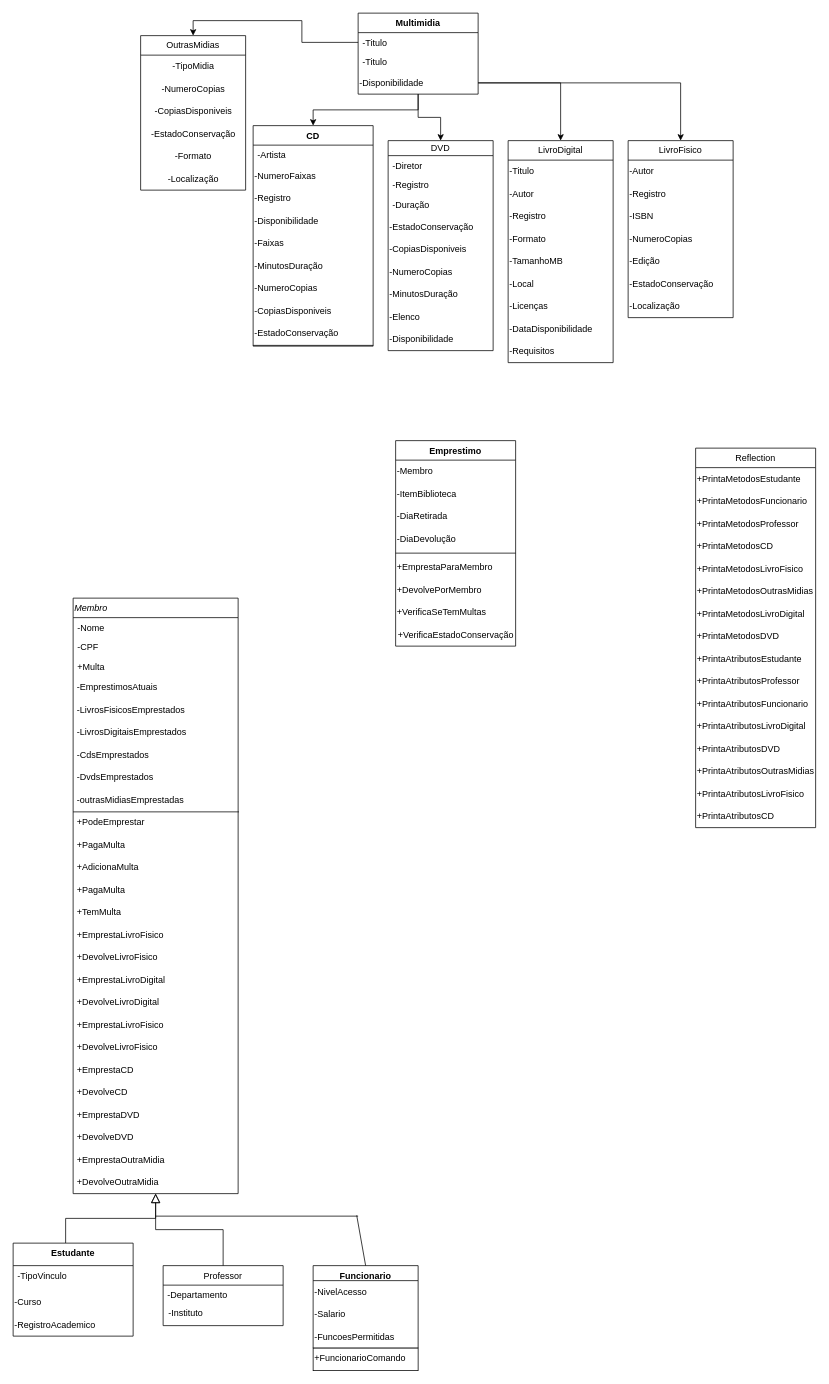
Earlier version of the draw.io diagram Diagrama sem nome.drawio (pedrodvas/MC322). Source tidied: cells renumbered, new cells numbered last; positions are measured from the earlier drawing's top-left corner, leaving out a move shared by most shapes. Both pictures are drawn from the tidied source at 75%, with x=0, y=0 at pixel (13, 13).
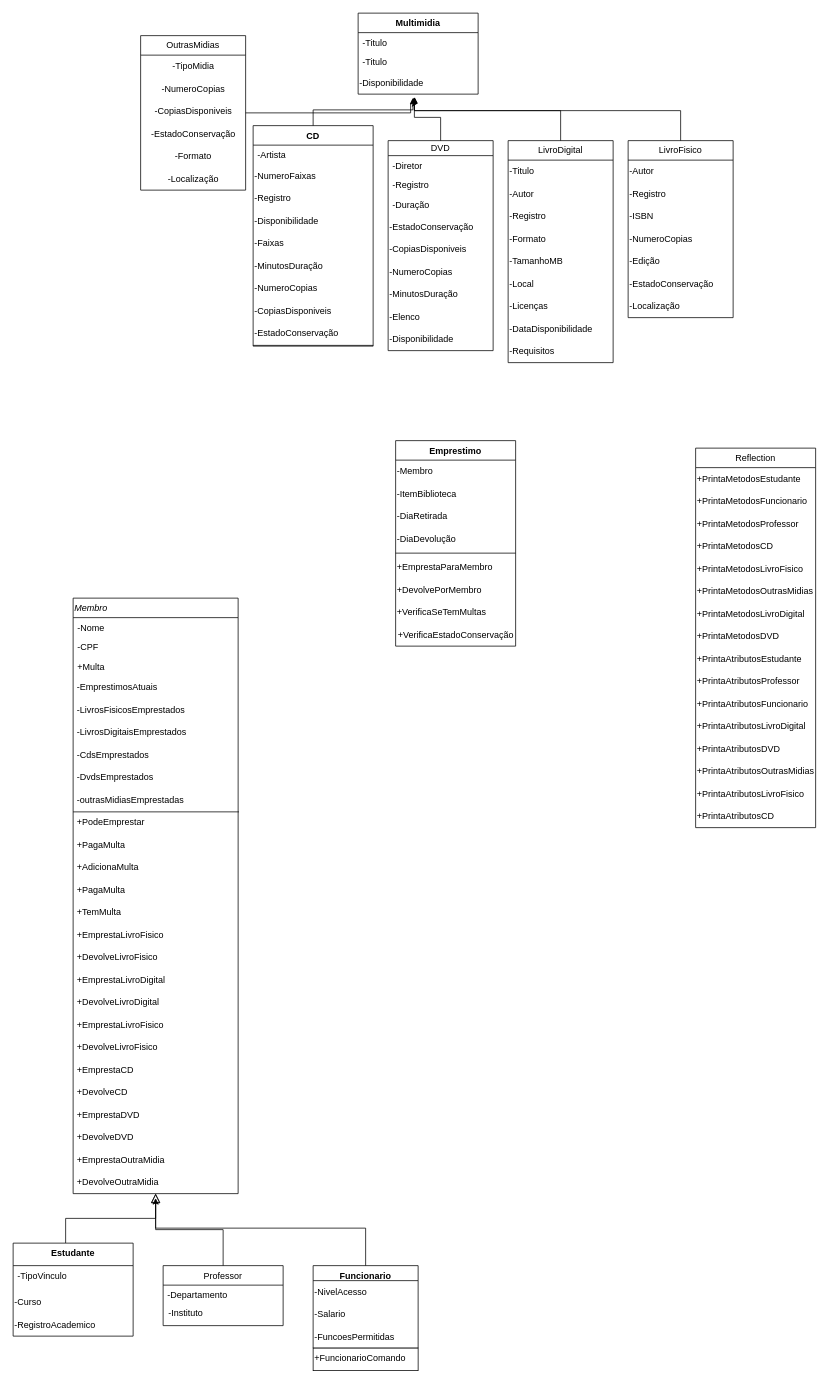
Above is the later version.

Unchanged cells that the change refers to:
```xml
<mxCell id="34" value="Multimidia" style="swimlane;fontStyle=1;align=center;verticalAlign=top;horizontal=1;startSize=26;whiteSpace=wrap;html=1;" parent="1" vertex="1">
  <mxGeometry x="460" width="160" height="108" as="geometry" />
</mxCell>
<mxCell id="35" value="-Titulo" style="text;strokeColor=none;fillColor=none;align=left;verticalAlign=top;spacingLeft=4;spacingRight=4;overflow=hidden;points=[[0,0.5],[1,0.5]];portConstraint=eastwest;whiteSpace=wrap;html=1;" parent="34" vertex="1">
  <mxGeometry y="26" width="160" height="26" as="geometry" />
</mxCell>
<mxCell id="37" value="-Disponibilidade" style="text;html=1;align=left;verticalAlign=middle;points=[];strokeColor=none;fillColor=none;" parent="34" vertex="1">
  <mxGeometry y="78" width="160" height="30" as="geometry" />
</mxCell>
<mxCell id="39" value="Funcionario" style="swimlane;fontStyle=1;align=center;verticalAlign=top;horizontal=1;startSize=20;whiteSpace=wrap;html=1;" parent="1" vertex="1">
  <mxGeometry x="400" y="1670" width="140" height="110" as="geometry" />
</mxCell>
<mxCell id="51" value="&amp;nbsp;+DevolveOutraMidia" style="text;html=1;align=left;verticalAlign=middle;points=[];strokeColor=none;fillColor=none;" parent="1" vertex="1">
  <mxGeometry x="80" y="1544" width="220" height="30" as="geometry" />
</mxCell>
<mxCell id="52" value="CD" style="swimlane;fontStyle=1;align=center;verticalAlign=top;horizontal=1;startSize=26;whiteSpace=wrap;html=1;" parent="1" vertex="1">
  <mxGeometry x="320" y="150" width="160" height="294" as="geometry" />
</mxCell>
<mxCell id="63" value="DVD" style="swimlane;fontStyle=0;horizontal=1;startSize=20;fillColor=none;whiteSpace=wrap;html=1;" parent="1" vertex="1">
  <mxGeometry x="500" y="170" width="140" height="280" as="geometry" />
</mxCell>
<mxCell id="73" value="LivroDigital" style="swimlane;fontStyle=0;horizontal=1;startSize=26;fillColor=none;whiteSpace=wrap;html=1;" parent="1" vertex="1">
  <mxGeometry x="660" y="170" width="140" height="296" as="geometry" />
</mxCell>
<mxCell id="85" value="LivroFisico" style="swimlane;fontStyle=0;horizontal=1;startSize=26;fillColor=none;whiteSpace=wrap;html=1;" parent="1" vertex="1">
  <mxGeometry x="820" y="170" width="140" height="236" as="geometry" />
</mxCell>
<mxCell id="94" value="OutrasMidias" style="swimlane;fontStyle=0;horizontal=1;startSize=26;fillColor=none;whiteSpace=wrap;html=1;" parent="1" vertex="1">
  <mxGeometry x="170" y="30" width="140" height="206" as="geometry" />
</mxCell>
```

The edit, as a diff of the source:
```diff
@@
-    <mxCell id="33" style="edgeStyle=orthogonalEdgeStyle;rounded=0;jettySize=auto;html=1;entryX=0.5;entryY=0;entryDx=0;entryDy=0;" parent="1" edge="1" source="34" target="52">
-      <mxGeometry relative="1" as="geometry" />
-    </mxCell>
@@
-    <mxCell id="38" style="line;strokeWidth=1;fillColor=none;align=left;verticalAlign=middle;spacingTop=-1;spacingLeft=3;spacingRight=3;labelPosition=right;points=[];portConstraint=eastwest;strokeColor=inherit;" parent="1" vertex="1">
-      <mxGeometry x="190" y="1600" width="270" height="8" as="geometry" />
-    </mxCell>
@@
-    <mxCell id="43" style="endArrow=none;html=1;rounded=0;exitX=0.5;exitY=0;exitDx=0;exitDy=0;entryX=0.993;entryY=0.375;entryDx=0;entryDy=0;entryPerimeter=0;" parent="1" edge="1" source="39" target="38">
-      <mxGeometry relative="1" as="geometry" />
-    </mxCell>
@@
+    <mxCell id="129" style="edgeStyle=orthogonalEdgeStyle;rounded=0;jettySize=auto;html=1;entryX=0.469;entryY=1.133;entryDx=0;entryDy=0;entryPerimeter=0;" parent="1" edge="1" source="73" target="37">
+      <mxGeometry relative="1" as="geometry">
+        <Array as="points">
+          <mxPoint x="730" y="130" />
+          <mxPoint x="535" y="130" />
+        </Array>
+      </mxGeometry>
+    </mxCell>
@@
-    <mxCell id="83" style="edgeStyle=orthogonalEdgeStyle;rounded=0;jettySize=auto;html=1;entryX=0.5;entryY=0;entryDx=0;entryDy=0;" parent="1" edge="1" source="37" target="73">
-      <mxGeometry relative="1" as="geometry" />
-    </mxCell>
-    <mxCell id="84" style="edgeStyle=orthogonalEdgeStyle;rounded=0;jettySize=auto;html=1;entryX=0.5;entryY=0;entryDx=0;entryDy=0;" parent="1" edge="1" source="37" target="63">
-      <mxGeometry relative="1" as="geometry" />
-    </mxCell>
@@
-    <mxCell id="93" style="edgeStyle=orthogonalEdgeStyle;rounded=0;jettySize=auto;html=1;entryX=0.5;entryY=0;entryDx=0;entryDy=0;" parent="1" edge="1" source="37" target="85">
-      <mxGeometry relative="1" as="geometry" />
-    </mxCell>
+    <mxCell id="130" style="edgeStyle=orthogonalEdgeStyle;rounded=0;jettySize=auto;html=1;" parent="1" edge="1" source="94">
+      <mxGeometry relative="1" as="geometry">
+        <mxPoint x="540" y="120" as="targetPoint" />
+        <Array as="points">
+          <mxPoint x="530" y="133" />
+          <mxPoint x="530" y="121" />
+        </Array>
+      </mxGeometry>
+    </mxCell>
@@
-    <mxCell id="101" style="edgeStyle=orthogonalEdgeStyle;rounded=0;jettySize=auto;html=1;entryX=0.5;entryY=0;entryDx=0;entryDy=0;" parent="1" edge="1" source="35" target="94">
-      <mxGeometry relative="1" as="geometry" />
-    </mxCell>
@@
+    <mxCell id="131" style="edgeStyle=orthogonalEdgeStyle;rounded=0;jettySize=auto;html=1;entryX=0.469;entryY=1.133;entryDx=0;entryDy=0;entryPerimeter=0;" parent="1" edge="1" source="63" target="37">
+      <mxGeometry relative="1" as="geometry" />
+    </mxCell>
+    <mxCell id="132" style="edgeStyle=orthogonalEdgeStyle;rounded=0;jettySize=auto;html=1;entryX=0.456;entryY=1.167;entryDx=0;entryDy=0;entryPerimeter=0;" parent="1" edge="1" source="52" target="37">
+      <mxGeometry relative="1" as="geometry" />
+    </mxCell>
+    <mxCell id="133" style="edgeStyle=orthogonalEdgeStyle;rounded=0;jettySize=auto;html=1;entryX=0.469;entryY=1.133;entryDx=0;entryDy=0;entryPerimeter=0;" parent="1" edge="1" source="85" target="37">
+      <mxGeometry relative="1" as="geometry">
+        <Array as="points">
+          <mxPoint x="890" y="130" />
+          <mxPoint x="535" y="130" />
+        </Array>
+      </mxGeometry>
+    </mxCell>
+    <mxCell id="134" style="edgeStyle=orthogonalEdgeStyle;rounded=0;jettySize=auto;html=1;entryX=0.5;entryY=1.2;entryDx=0;entryDy=0;entryPerimeter=0;" parent="1" edge="1" source="39" target="51">
+      <mxGeometry relative="1" as="geometry">
+        <Array as="points">
+          <mxPoint x="470" y="1620" />
+          <mxPoint x="190" y="1620" />
+        </Array>
+      </mxGeometry>
+    </mxCell>
```
